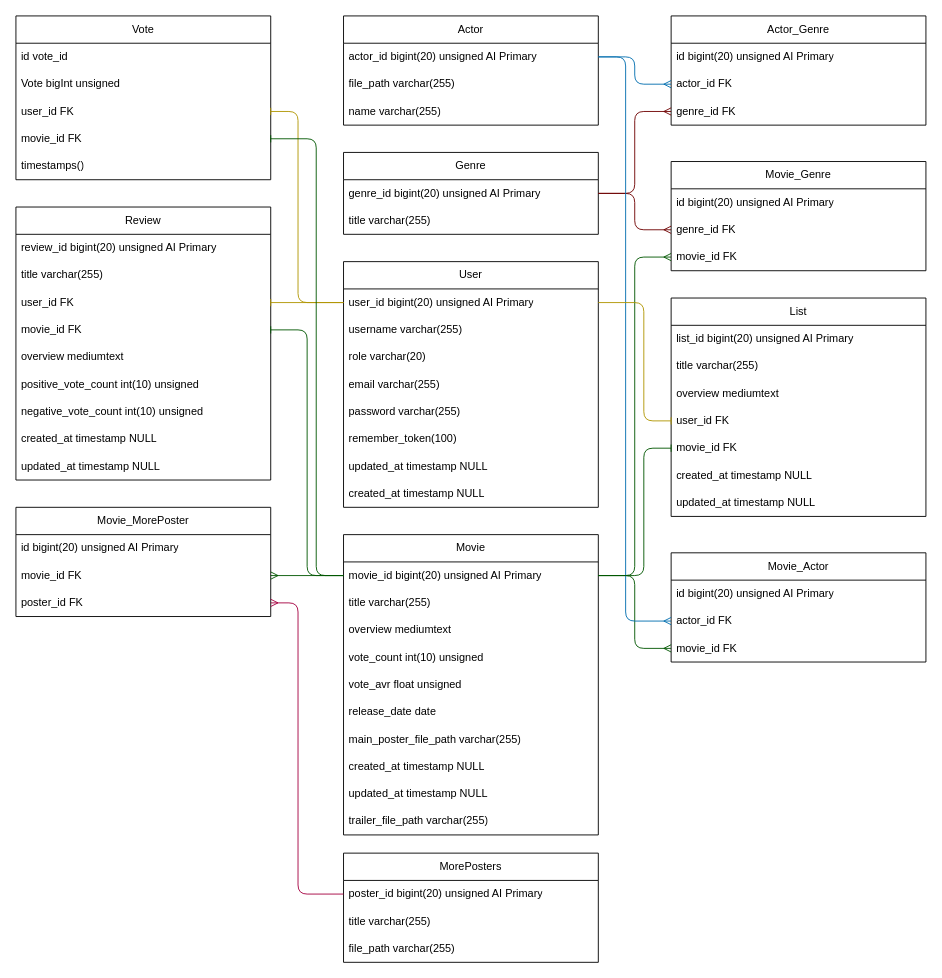
Earlier version of the draw.io diagram ER-diagram.drawio (chas-academy/u04-imdb-klon-you-shall-not-path). Source tidied: cells renumbered, new cells numbered last; positions are measured from the earlier drawing's top-left corner, leaving out a move shared by most shapes. Both pictures are drawn from the tidied source at 91%, with x=0, y=0 at pixel (15, 15).
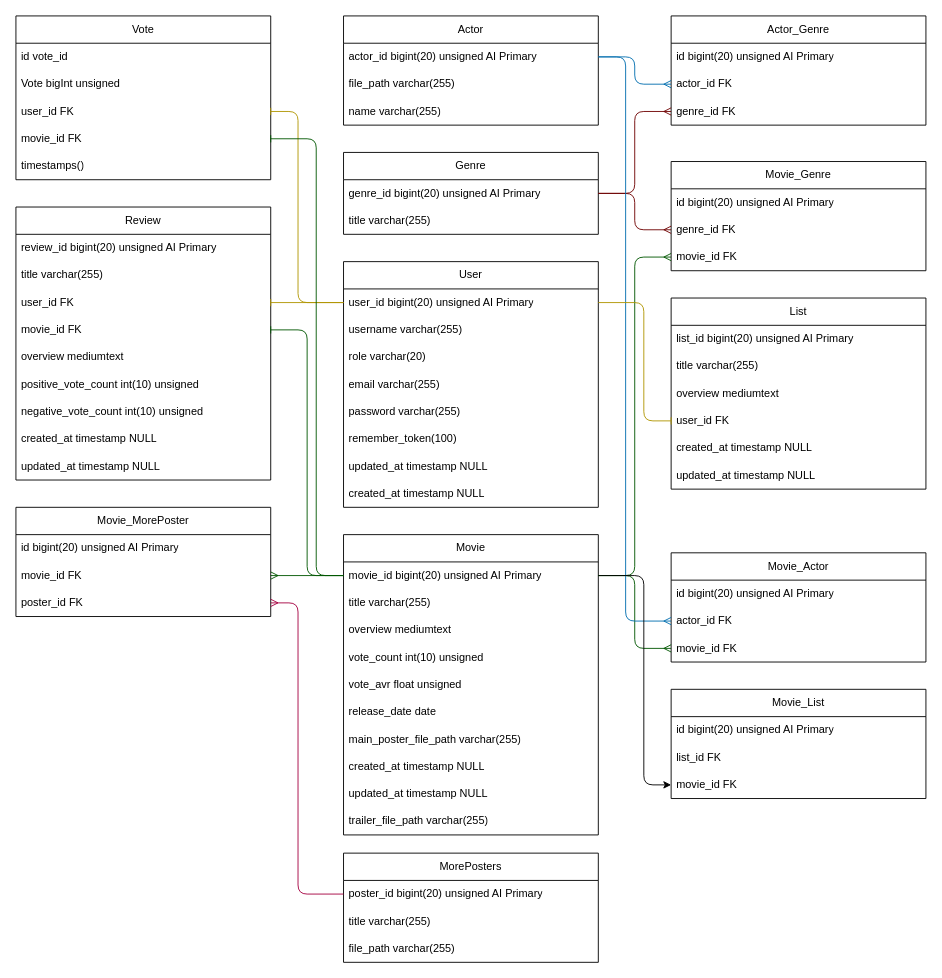
The same diagram, later.

The change refers to these unchanged cells:
```xml
<mxCell id="3" value="movie_id bigint(20) unsigned AI Primary" style="text;strokeColor=none;fillColor=none;align=left;verticalAlign=middle;spacingLeft=4;spacingRight=4;overflow=hidden;points=[[0,0.5],[1,0.5]];portConstraint=eastwest;whiteSpace=wrap;html=1;" parent="2" vertex="1">
  <mxGeometry y="30" width="280" height="30" as="geometry" />
</mxCell>
```

Diff of the diagram source:
```diff
@@
     <mxCell id="25" value="List" style="swimlane;fontStyle=0;horizontal=1;startSize=30;whiteSpace=wrap;html=1;" parent="1" vertex="1">
-      <mxGeometry x="720" y="310" width="280" height="240" as="geometry" />
+      <mxGeometry x="720" y="310" width="280" height="210" as="geometry" />
     </mxCell>
@@
-    <mxCell id="30" value="movie_id FK" style="text;strokeColor=none;fillColor=none;align=left;verticalAlign=middle;spacingLeft=4;spacingRight=4;overflow=hidden;points=[[0,0.5],[1,0.5]];portConstraint=eastwest;whiteSpace=wrap;html=1;" parent="25" vertex="1">
-      <mxGeometry y="150" width="280" height="30" as="geometry" />
-    </mxCell>
     <mxCell id="31" value="created_at timestamp NULL" style="text;strokeColor=none;fillColor=none;align=left;verticalAlign=middle;spacingLeft=4;spacingRight=4;overflow=hidden;whiteSpace=wrap;html=1;" parent="25" vertex="1">
-      <mxGeometry y="180" width="280" height="30" as="geometry" />
+      <mxGeometry y="150" width="280" height="30" as="geometry" />
     </mxCell>
     <mxCell id="32" value="updated_at timestamp NULL" style="text;strokeColor=none;fillColor=none;align=left;verticalAlign=middle;spacingLeft=4;spacingRight=4;overflow=hidden;whiteSpace=wrap;html=1;" parent="25" vertex="1">
-      <mxGeometry y="210" width="280" height="30" as="geometry" />
+      <mxGeometry y="180" width="280" height="30" as="geometry" />
     </mxCell>
@@
-    <mxCell id="79" style="edgeStyle=none;html=1;exitX=1;exitY=0.5;exitDx=0;exitDy=0;entryX=0;entryY=0.5;entryDx=0;entryDy=0;endArrow=baseDash;endFill=0;fillColor=#008a00;strokeColor=#005700;" parent="1" edge="1" source="3" target="30">
-      <mxGeometry relative="1" as="geometry">
-        <Array as="points">
-          <mxPoint x="690" y="615" />
-          <mxPoint x="690" y="475" />
-        </Array>
-      </mxGeometry>
-    </mxCell>
@@
+    <mxCell id="87" value="Movie_List" style="swimlane;fontStyle=0;horizontal=1;startSize=30;whiteSpace=wrap;html=1;" parent="1" vertex="1">
+      <mxGeometry x="720" y="740" width="280" height="120" as="geometry" />
+    </mxCell>
+    <mxCell id="88" value="id bigint(20) unsigned AI Primary" style="text;strokeColor=none;fillColor=none;align=left;verticalAlign=middle;spacingLeft=4;spacingRight=4;overflow=hidden;whiteSpace=wrap;html=1;" parent="87" vertex="1">
+      <mxGeometry y="30" width="280" height="30" as="geometry" />
+    </mxCell>
+    <mxCell id="89" value="list_id FK" style="text;strokeColor=none;fillColor=none;align=left;verticalAlign=middle;spacingLeft=4;spacingRight=4;overflow=hidden;whiteSpace=wrap;html=1;" parent="87" vertex="1">
+      <mxGeometry y="60" width="280" height="30" as="geometry" />
+    </mxCell>
+    <mxCell id="30" value="movie_id FK" style="text;strokeColor=none;fillColor=none;align=left;verticalAlign=middle;spacingLeft=4;spacingRight=4;overflow=hidden;points=[[0,0.5],[1,0.5]];portConstraint=eastwest;whiteSpace=wrap;html=1;" parent="87" vertex="1">
+      <mxGeometry y="90" width="280" height="30" as="geometry" />
+    </mxCell>
+    <mxCell id="79" style="edgeStyle=none;html=1;exitX=1;exitY=0.5;exitDx=0;exitDy=0;entryX=0;entryY=0.5;entryDx=0;entryDy=0;" parent="1" edge="1" source="3" target="30">
+      <mxGeometry relative="1" as="geometry">
+        <Array as="points">
+          <mxPoint x="690" y="615" />
+          <mxPoint x="690" y="845" />
+        </Array>
+      </mxGeometry>
+    </mxCell>
```
